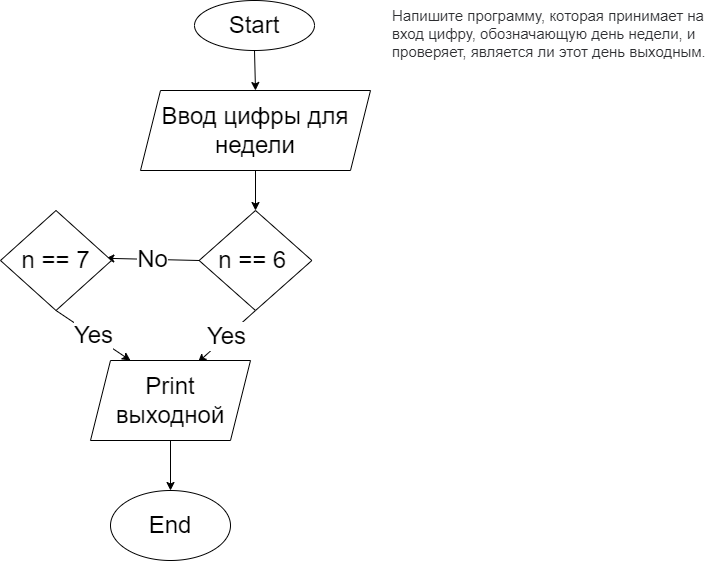
Before: Task203/diagram.drawio.png, a diagram exported from draw.io (DmitriyMorin/HomeWork). Source tidied: cells renumbered, new cells last; positions are measured from the earlier drawing's top-left corner, leaving out a move shared by most shapes.
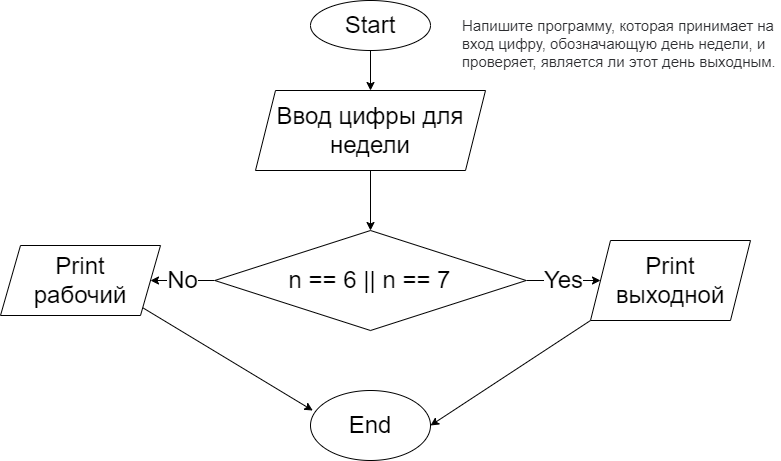
After the commit.

Commit message:
составили блок-схему для задачи 203

The edit, as a diff of the source:
```diff
@@ -9,37 +9,37 @@
       <mxGeometry relative="1" as="geometry" />
     </mxCell>
     <mxCell id="4" value="Start" style="ellipse;whiteSpace=wrap;html=1;fontSize=24;" parent="1" vertex="1">
-      <mxGeometry x="194" width="120" height="50" as="geometry" />
+      <mxGeometry x="240" y="-10" width="120" height="50" as="geometry" />
     </mxCell>
-    <mxCell id="5" style="edgeStyle=none;html=1;exitX=0.5;exitY=1;exitDx=0;exitDy=0;fontSize=24;" parent="1" edge="1" source="6" target="9">
+    <mxCell id="5" style="edgeStyle=none;html=1;exitX=0.5;exitY=1;exitDx=0;exitDy=0;entryX=0.5;entryY=0;entryDx=0;entryDy=0;fontSize=24;" parent="1" edge="1" source="6" target="9">
       <mxGeometry relative="1" as="geometry" />
     </mxCell>
     <mxCell id="6" value="Ввод цифры для недели&lt;br&gt;" style="shape=parallelogram;perimeter=parallelogramPerimeter;whiteSpace=wrap;html=1;fixedSize=1;fontSize=24;" parent="1" vertex="1">
-      <mxGeometry x="140" y="90" width="230" height="80" as="geometry" />
+      <mxGeometry x="185" y="80" width="230" height="80" as="geometry" />
     </mxCell>
+    <mxCell id="8" value="Yes" style="edgeStyle=none;html=1;exitX=1;exitY=0.5;exitDx=0;exitDy=0;entryX=0;entryY=0.5;entryDx=0;entryDy=0;fontSize=24;" parent="1" edge="1" source="9" target="11">
+      <mxGeometry relative="1" as="geometry" />
+    </mxCell>
-    <mxCell id="7" value="No" style="edgeStyle=none;html=1;exitX=0;exitY=0.5;exitDx=0;exitDy=0;entryX=0.949;entryY=0.478;entryDx=0;entryDy=0;entryPerimeter=0;fontSize=24;" parent="1" edge="1" source="9" target="13">
+    <mxCell id="7" value="No" style="edgeStyle=none;html=1;exitX=0;exitY=0.5;exitDx=0;exitDy=0;fontSize=24;" parent="1" edge="1" source="9" target="16">
       <mxGeometry relative="1" as="geometry" />
     </mxCell>
-    <mxCell id="8" value="Yes" style="edgeStyle=none;html=1;exitX=0.5;exitY=1;exitDx=0;exitDy=0;entryX=0.672;entryY=0.022;entryDx=0;entryDy=0;entryPerimeter=0;fontSize=24;" parent="1" edge="1" source="9" target="11">
-      <mxGeometry relative="1" as="geometry" />
-    </mxCell>
-    <mxCell id="9" value="n == 6&amp;nbsp;" style="rhombus;whiteSpace=wrap;html=1;fontSize=24;" parent="1" vertex="1">
-      <mxGeometry x="198.6" y="210" width="112.8" height="100" as="geometry" />
+    <mxCell id="9" value="n == 6 || n == 7" style="rhombus;whiteSpace=wrap;html=1;fontSize=24;" parent="1" vertex="1">
+      <mxGeometry x="144.3" y="220" width="311.4" height="100" as="geometry" />
     </mxCell>
-    <mxCell id="10" style="edgeStyle=none;html=1;exitX=0.5;exitY=1;exitDx=0;exitDy=0;entryX=0.5;entryY=0;entryDx=0;entryDy=0;fontSize=24;" parent="1" edge="1" source="11" target="14">
+    <mxCell id="10" style="edgeStyle=none;html=1;exitX=0;exitY=1;exitDx=0;exitDy=0;entryX=1;entryY=0.5;entryDx=0;entryDy=0;fontSize=24;" parent="1" edge="1" source="11" target="14">
       <mxGeometry relative="1" as="geometry" />
     </mxCell>
     <mxCell id="11" value="Print&lt;br&gt;выходной" style="shape=parallelogram;perimeter=parallelogramPerimeter;whiteSpace=wrap;html=1;fixedSize=1;fontSize=24;" parent="1" vertex="1">
-      <mxGeometry x="90" y="360" width="160" height="80" as="geometry" />
+      <mxGeometry x="520" y="230" width="160" height="80" as="geometry" />
     </mxCell>
-    <mxCell id="12" value="Yes&lt;br&gt;" style="edgeStyle=none;html=1;exitX=0.5;exitY=1;exitDx=0;exitDy=0;entryX=0.25;entryY=0;entryDx=0;entryDy=0;fontSize=24;" parent="1" edge="1" source="13" target="11">
-      <mxGeometry relative="1" as="geometry" />
-    </mxCell>
-    <mxCell id="13" value="n == 7" style="rhombus;whiteSpace=wrap;html=1;fontSize=24;" parent="1" vertex="1">
-      <mxGeometry y="210" width="111" height="100" as="geometry" />
-    </mxCell>
     <mxCell id="14" value="End&lt;br&gt;" style="ellipse;whiteSpace=wrap;html=1;fontSize=24;" parent="1" vertex="1">
-      <mxGeometry x="110" y="490" width="120" height="70" as="geometry" />
+      <mxGeometry x="240" y="380" width="120" height="70" as="geometry" />
     </mxCell>
+    <mxCell id="15" style="edgeStyle=none;html=1;exitX=1;exitY=1;exitDx=0;exitDy=0;entryX=0.019;entryY=0.286;entryDx=0;entryDy=0;entryPerimeter=0;fontSize=24;" parent="1" edge="1" source="16" target="14">
+      <mxGeometry relative="1" as="geometry" />
+    </mxCell>
+    <mxCell id="16" value="Print&lt;br&gt;рабочий" style="shape=parallelogram;perimeter=parallelogramPerimeter;whiteSpace=wrap;html=1;fixedSize=1;fontSize=24;" parent="1" vertex="1">
+      <mxGeometry x="-70" y="235" width="160" height="70" as="geometry" />
+    </mxCell>
   </root>
 </mxGraphModel>
```
